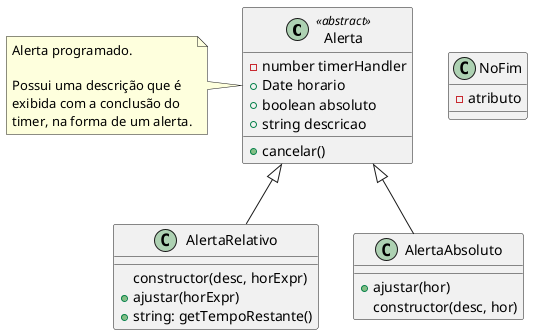
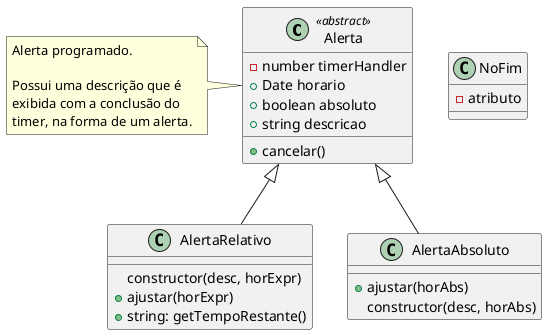
@startuml "Classes"

top to bottom direction

class Alerta <<abstract>> {
  - number timerHandler
  + Date horario
  + boolean absoluto
  + string descricao
  + cancelar()
}
note left of Alerta : Alerta programado.\n\nPossui uma descrição que é\nexibida com a conclusão do\ntimer, na forma de um alerta.

class AlertaRelativo {
  constructor(desc, horExpr)
  + ajustar(horExpr)
  + string: getTempoRestante()
}

class AlertaAbsoluto {
-   + ajustar(hor)
-   constructor(desc, hor)
+   + ajustar(horAbs)
+   constructor(desc, horAbs)
}

Alerta <|-- AlertaRelativo
Alerta <|-- AlertaAbsoluto

class NoFim {
  - atributo
}

@enduml
